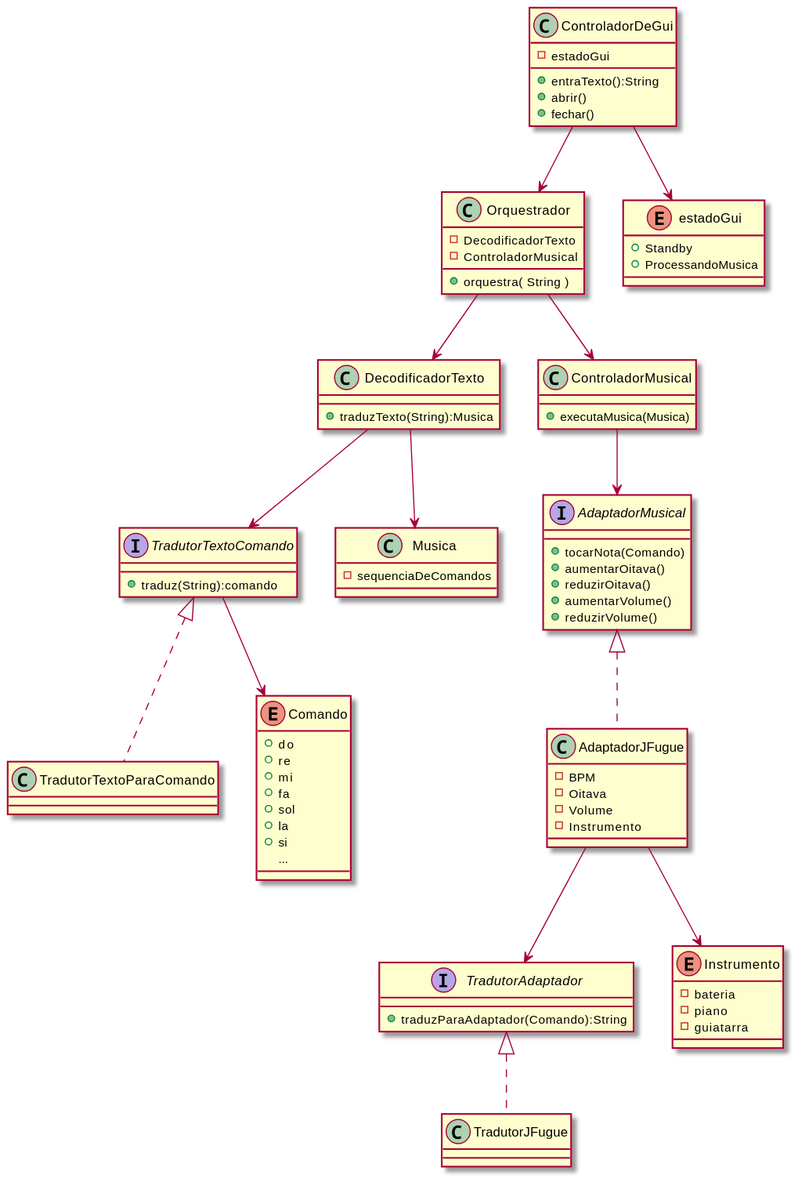
Earlier version of the PlantUML export out/diagramaDeClasses/classes.svg (tonelloiago/TCP).
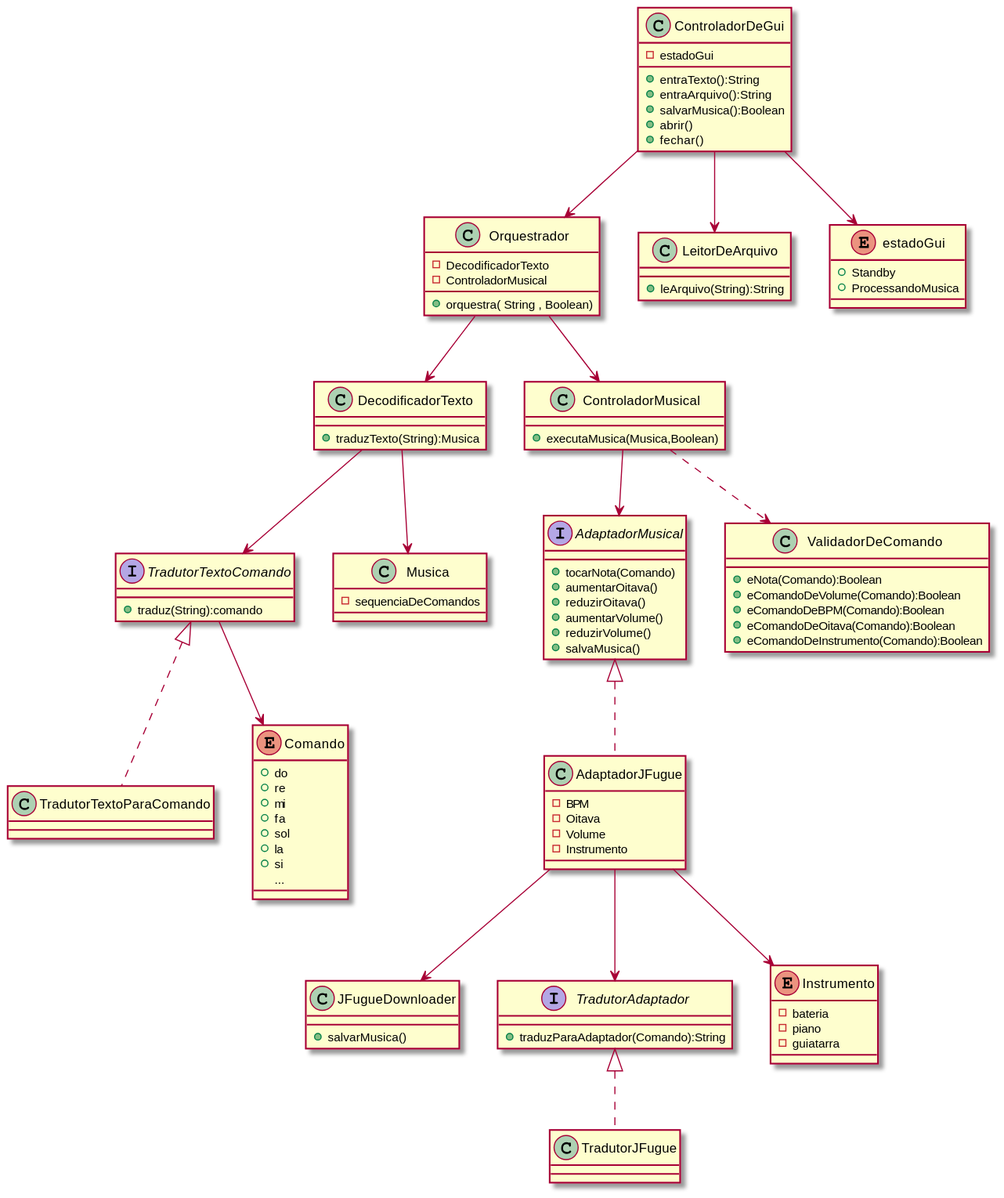
After the commit.

What changed in the source:
```diff
@@ -3,14 +3,20 @@
 class Orquestrador{
     - DecodificadorTexto
     - ControladorMusical
-    + orquestra( String )
+    + orquestra( String , Boolean)
 }
 
 class ControladorDeGui{
     - estadoGui
     + entraTexto():String
+    + entraArquivo():String
+    + salvarMusica():Boolean
     + abrir()
     + fechar()
+}
+
+class LeitorDeArquivo{
+    + leArquivo(String):String
 }
 
 enum estadoGui{
@@ -29,7 +35,7 @@
 class TradutorTextoParaComando implements TradutorTextoComando{}
 
 class ControladorMusical{
-    + executaMusica(Musica)
+    + executaMusica(Musica,Boolean)
 }
 
 interface AdaptadorMusical{
@@ -38,6 +44,7 @@
     + reduzirOitava()
     + aumentarVolume()
     + reduzirVolume()
+    + salvaMusica()
 }
 
 class AdaptadorJFugue implements AdaptadorMusical{
@@ -45,6 +52,10 @@
     - Oitava
     - Volume
     - Instrumento
+}
+
+class JFugueDownloader{
+    + salvarMusica()
 }
 
 interface TradutorAdaptador{
@@ -76,13 +87,24 @@
     - sequenciaDeComandos
 }
 
+class ValidadorDeComando{
+    + eNota(Comando):Boolean
+    + eComandoDeVolume(Comando):Boolean
+    + eComandoDeBPM(Comando):Boolean
+    + eComandoDeOitava(Comando):Boolean
+    + eComandoDeInstrumento(Comando):Boolean
+}
+
 
 ControladorDeGui --> Orquestrador
+ControladorDeGui --> LeitorDeArquivo
+AdaptadorJFugue --> JFugueDownloader
 Orquestrador --> ControladorMusical
 Orquestrador --> DecodificadorTexto
 DecodificadorTexto --> TradutorTextoComando
 DecodificadorTexto --> Musica
 ControladorMusical --> AdaptadorMusical
+ControladorMusical ..> ValidadorDeComando
 TradutorTextoComando --> Comando
 ControladorDeGui --> estadoGui
 AdaptadorJFugue --> Instrumento
```
